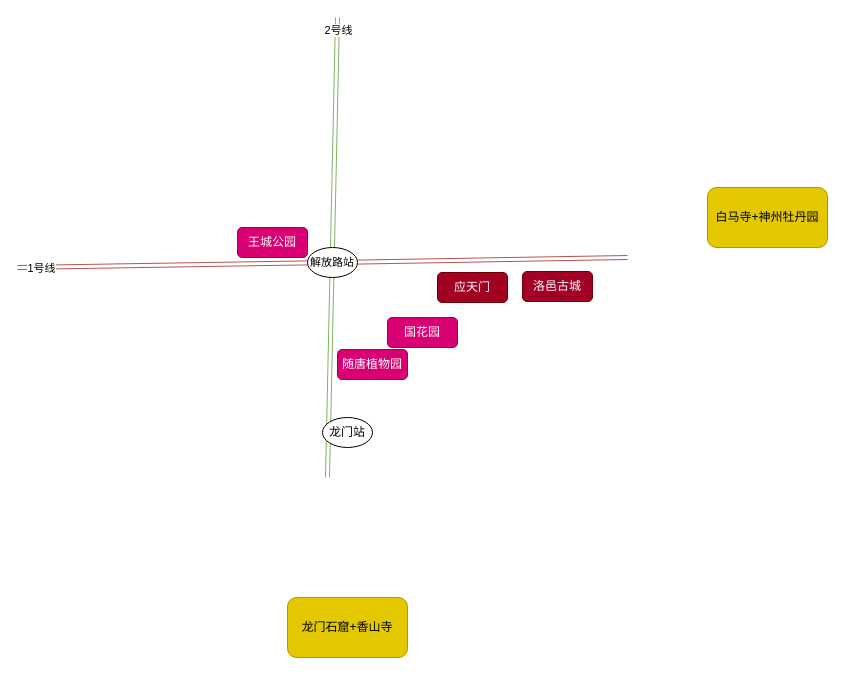
Before: disney/洛阳游.drawio in lixyu/draw, a draw.io diagram. Source tidied: cells renumbered, new cells numbered last; positions are measured from the earlier drawing's top-left corner, leaving out a move shared by most shapes. Both pictures are drawn from the tidied source at 100%, with x=0, y=0 at pixel (17, 17).
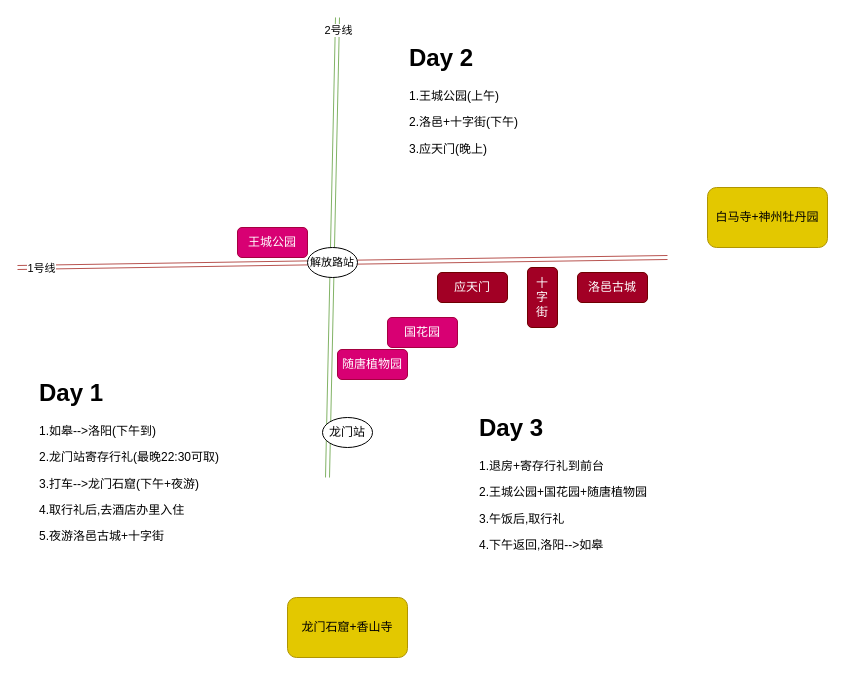
After the change.

Unchanged cells that the change refers to:
```xml
<mxCell id="14" value="&lt;span style=&quot;font-size: 11px; text-wrap-mode: nowrap; background-color: rgb(255, 255, 255);&quot;&gt;解放路站&lt;/span&gt;" style="ellipse;whiteSpace=wrap;html=1;" parent="1" vertex="1">
  <mxGeometry x="290" y="230" width="50" height="30" as="geometry" />
</mxCell>
```

The edit, as a diff of the source:
```diff
@@
     <mxCell id="2" style="shape=link;html=1;rounded=0;fillColor=#f8cecc;strokeColor=#b85450;" parent="1" edge="1" source="14">
       <mxGeometry relative="1" as="geometry">
-        <mxPoint x="610" y="240" as="targetPoint" />
+        <mxPoint x="650" y="240" as="targetPoint" />
       </mxGeometry>
     </mxCell>
@@
     <mxCell id="10" value="洛邑古城" style="rounded=1;whiteSpace=wrap;html=1;fillColor=#a20025;fontColor=#ffffff;strokeColor=#6F0000;" parent="1" vertex="1">
-      <mxGeometry x="505" y="254" width="70" height="30" as="geometry" />
+      <mxGeometry x="560" y="255" width="70" height="30" as="geometry" />
     </mxCell>
@@
+    <mxCell id="16" value="十&lt;div&gt;字&lt;/div&gt;&lt;div&gt;街&lt;/div&gt;" style="rounded=1;whiteSpace=wrap;html=1;fillColor=#a20025;fontColor=#ffffff;strokeColor=#6F0000;" parent="1" vertex="1">
+      <mxGeometry x="510" y="250" width="30" height="60" as="geometry" />
+    </mxCell>
+    <mxCell id="17" value="&lt;h1 style=&quot;margin-top: 0px;&quot;&gt;Day 1&lt;/h1&gt;&lt;p&gt;1.如皋--&amp;gt;洛阳(下午到)&lt;/p&gt;&lt;p&gt;2.龙门站寄存行礼(最晚22:30可取)&lt;/p&gt;&lt;p&gt;3.打车--&amp;gt;龙门石窟(下午+夜游)&lt;br&gt;&lt;/p&gt;&lt;p&gt;4.取行礼后,去酒店办里入住&lt;/p&gt;&lt;p&gt;5.夜游洛邑古城+十字街&lt;/p&gt;" style="text;html=1;whiteSpace=wrap;overflow=hidden;rounded=0;" parent="1" vertex="1">
+      <mxGeometry x="20" y="355" width="200" height="175" as="geometry" />
+    </mxCell>
+    <mxCell id="18" value="&lt;h1 style=&quot;margin-top: 0px;&quot;&gt;Day 2&lt;/h1&gt;&lt;p&gt;1.王城公园(上午)&lt;/p&gt;&lt;p&gt;2.洛邑+十字街(下午)&lt;/p&gt;&lt;p&gt;3.应天门(晚上)&lt;br&gt;&lt;/p&gt;&lt;p&gt;&lt;br&gt;&lt;/p&gt;" style="text;html=1;whiteSpace=wrap;overflow=hidden;rounded=0;" parent="1" vertex="1">
+      <mxGeometry x="390" y="20" width="200" height="155" as="geometry" />
+    </mxCell>
+    <mxCell id="19" value="&lt;h1 style=&quot;margin-top: 0px;&quot;&gt;Day 3&lt;/h1&gt;&lt;p&gt;1.退房+寄存行礼到前台&lt;/p&gt;&lt;p&gt;2.王城公园+国花园+随唐植物园&lt;/p&gt;&lt;p&gt;3.午饭后,取行礼&lt;br&gt;&lt;/p&gt;&lt;p&gt;4.下午返回,洛阳--&amp;gt;如皋&lt;/p&gt;" style="text;html=1;whiteSpace=wrap;overflow=hidden;rounded=0;" parent="1" vertex="1">
+      <mxGeometry x="460" y="390" width="200" height="155" as="geometry" />
+    </mxCell>
```
